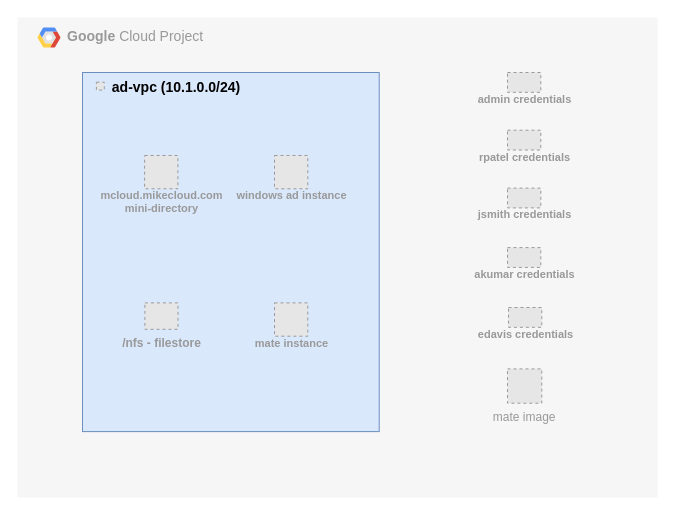
The draw.io diagram gcp-mate.drawio in mamonaco1973/gcp-mate-xrdp, before the edit. Source tidied: cells renumbered, new cells numbered last; positions are measured from the earlier drawing's top-left corner, leaving out a move shared by most shapes. Both pictures are drawn from the tidied source at 100%, with x=0, y=0 at pixel (17, 17). Pictures stored in the file or linked from it are replaced by grey dashed boxes.
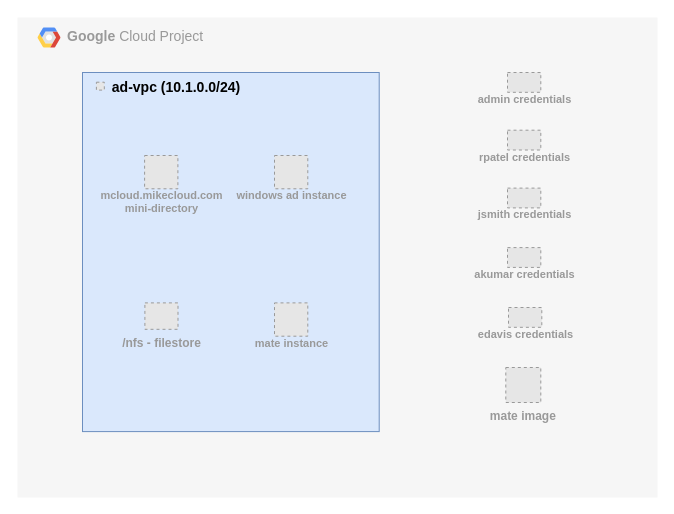
After the change.

Diff of the diagram source:
```diff
@@
 <mxGraphModel background="#ffffff">
   <root>
     <mxCell id="0" />
     <mxCell id="1" parent="0" />
     <mxCell id="2" value="&lt;b&gt;Google &lt;/b&gt;Cloud Project" style="fillColor=#F6F6F6;strokeColor=none;shadow=0;gradientColor=none;fontSize=14;align=left;spacing=10;fontColor=light-dark(#999999, #8c8c8c);9E9E9E;verticalAlign=top;spacingTop=-4;fontStyle=0;spacingLeft=40;html=1;" parent="1" vertex="1">
       <mxGeometry width="640" height="480" as="geometry" />
     </mxCell>
     <mxCell id="3" style="shape=mxgraph.gcp2.google_cloud_platform;fillColor=#F6F6F6;strokeColor=none;shadow=0;gradientColor=none;" parent="2" vertex="1">
       <mxGeometry width="23" height="20" relative="1" as="geometry">
         <mxPoint x="20" y="10" as="offset" />
       </mxGeometry>
     </mxCell>
     <mxCell id="4" style="fillColor=#dae8fc;strokeColor=#6c8ebf;shadow=0;fontSize=14;align=left;spacing=10;9E9E9E;verticalAlign=top;spacingTop=5;fontStyle=0;spacingLeft=60;html=1;fontColor=light-dark(#999999, #ededed);" parent="2" vertex="1">
       <mxGeometry x="65" y="55" width="296.7" height="359.1" as="geometry" />
     </mxCell>
     <mxCell id="5" value="ad-vpc (10.1.0.0/24)" style="fillColor=#E6E6E6;strokeColor=#999999;dashed=1;verticalLabelPosition=middle;labelBackgroundColor=none;verticalAlign=middle;labelPosition=right;align=left;fontSize=14;fontStyle=1;spacingRight=5;spacingLeft=6;" parent="4" vertex="1">
       <mxGeometry x="13.9" y="9.7" width="7.9" height="7.9" as="geometry" />
     </mxCell>
     <mxCell id="6" value="mate instance" style="fillColor=#E6E6E6;strokeColor=#999999;dashed=1;html=1;verticalAlign=top;labelPosition=center;verticalLabelPosition=bottom;align=center;spacingTop=-6;fontSize=11;fontStyle=1;fontColor=#999999;" parent="4" vertex="1">
       <mxGeometry x="192" y="230.4" width="33.3" height="33.3" as="geometry" />
     </mxCell>
     <mxCell id="7" value="windows ad instance" style="fillColor=#E6E6E6;strokeColor=#999999;dashed=1;html=1;verticalAlign=top;labelPosition=center;verticalLabelPosition=bottom;align=center;spacingTop=-6;fontSize=11;fontStyle=1;fontColor=#999999;" parent="4" vertex="1">
       <mxGeometry x="192" y="83" width="33.3" height="33.3" as="geometry" />
     </mxCell>
     <mxCell id="8" value="mcloud.mikecloud.com&lt;div&gt;mini-directory&lt;/div&gt;" style="fillColor=#E6E6E6;strokeColor=#999999;dashed=1;html=1;verticalAlign=top;labelPosition=center;verticalLabelPosition=bottom;align=center;spacingTop=-6;fontSize=11;fontStyle=1;fontColor=#999999;" parent="4" vertex="1">
       <mxGeometry x="62.1" y="83" width="33.3" height="33.3" as="geometry" />
     </mxCell>
     <mxCell id="9" value="/nfs - filestore" style="fillColor=#E6E6E6;strokeColor=#999999;dashed=1;html=1;verticalLabelPosition=bottom;labelBackgroundColor=none;verticalAlign=top;fontColor=light-dark(#999999, #ededed);fontStyle=1;" parent="4" vertex="1">
       <mxGeometry x="62.4" y="230.4" width="33.1" height="26.4" as="geometry" />
     </mxCell>
     <mxCell id="10" value="&lt;div&gt;admin credentials&lt;/div&gt;" style="fillColor=#E6E6E6;strokeColor=#999999;dashed=1;html=1;verticalAlign=top;labelPosition=center;verticalLabelPosition=bottom;align=center;spacingTop=-6;fontSize=11;fontStyle=1;fontColor=#999999;" parent="2" vertex="1">
       <mxGeometry x="490" y="55" width="33.3" height="19.8" as="geometry" />
     </mxCell>
     <mxCell id="11" value="&lt;div&gt;rpatel&lt;span style=&quot;background-color: transparent; color: light-dark(rgb(153, 153, 153), rgb(106, 106, 106));&quot;&gt;&amp;nbsp;credentials&lt;/span&gt;&lt;/div&gt;" style="fillColor=#E6E6E6;strokeColor=#999999;dashed=1;html=1;verticalAlign=top;labelPosition=center;verticalLabelPosition=bottom;align=center;spacingTop=-6;fontSize=11;fontStyle=1;fontColor=#999999;" parent="2" vertex="1">
       <mxGeometry x="490" y="112.7" width="33.3" height="19.8" as="geometry" />
     </mxCell>
     <mxCell id="12" value="&lt;div&gt;&lt;span style=&quot;background-color: transparent; color: light-dark(rgb(153, 153, 153), rgb(106, 106, 106));&quot;&gt;jsmith&lt;/span&gt;&lt;span style=&quot;background-color: transparent; color: light-dark(rgb(153, 153, 153), rgb(106, 106, 106));&quot;&gt;&amp;nbsp;credentials&lt;/span&gt;&lt;/div&gt;" style="fillColor=#E6E6E6;strokeColor=#999999;dashed=1;html=1;verticalAlign=top;labelPosition=center;verticalLabelPosition=bottom;align=center;spacingTop=-6;fontSize=11;fontStyle=1;fontColor=#999999;" parent="2" vertex="1">
       <mxGeometry x="490" y="170.6" width="33.3" height="19.8" as="geometry" />
     </mxCell>
     <mxCell id="13" value="akumar credentials" style="fillColor=#E6E6E6;strokeColor=#999999;dashed=1;html=1;verticalAlign=top;labelPosition=center;verticalLabelPosition=bottom;align=center;spacingTop=-6;fontSize=11;fontStyle=1;fontColor=#999999;" parent="2" vertex="1">
       <mxGeometry x="490" y="230.1" width="33.3" height="19.8" as="geometry" />
     </mxCell>
     <mxCell id="14" value="edavis&lt;span style=&quot;background-color: transparent; color: light-dark(rgb(153, 153, 153), rgb(106, 106, 106));&quot;&gt;&amp;nbsp;credentials&lt;/span&gt;" style="fillColor=#E6E6E6;strokeColor=#999999;dashed=1;html=1;verticalAlign=top;labelPosition=center;verticalLabelPosition=bottom;align=center;spacingTop=-6;fontSize=11;fontStyle=1;fontColor=#999999;" parent="2" vertex="1">
       <mxGeometry x="491" y="290" width="33.3" height="19.8" as="geometry" />
     </mxCell>
-    <mxCell id="15" value="mate image" style="fillColor=#E6E6E6;strokeColor=#999999;dashed=1;verticalLabelPosition=bottom;labelBackgroundColor=none;verticalAlign=top;fontColor=light-dark(#999999, #ededed);" parent="2" vertex="1">
-      <mxGeometry x="490" y="351.4" width="34.3" height="34.3" as="geometry" />
+    <mxCell id="15" value="mate image" style="fillColor=#E6E6E6;strokeColor=#999999;dashed=1;verticalLabelPosition=bottom;labelBackgroundColor=none;verticalAlign=top;fontStyle=1;fontColor=light-dark(#999999, #ededed);" parent="2" vertex="1">
+      <mxGeometry x="488.3" y="350" width="35" height="35" as="geometry" />
     </mxCell>
   </root>
 </mxGraphModel>
```
